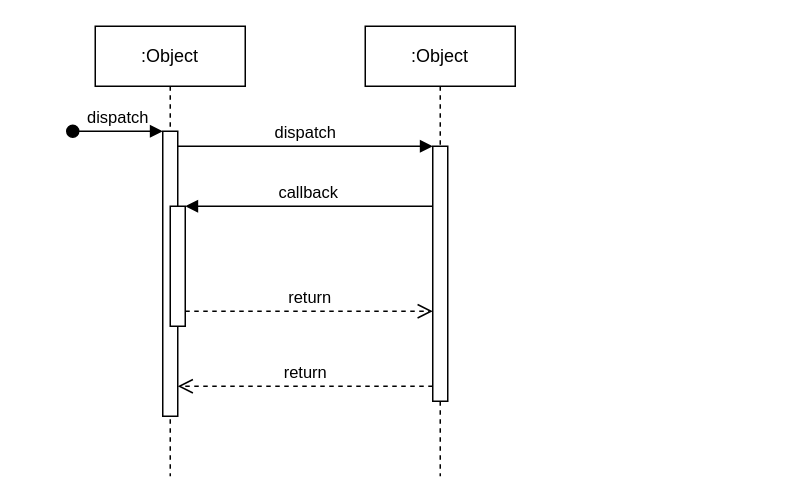
The draw.io diagram Untitled Diagram.drawio in singhvedant/DrAppointApp, before the edit. Source tidied: cells renumbered, new cells numbered last; positions are measured from the earlier drawing's top-left corner, leaving out a move shared by most shapes. Both pictures are drawn from the tidied source at 150%, with x=0, y=0 at pixel (72, 26).
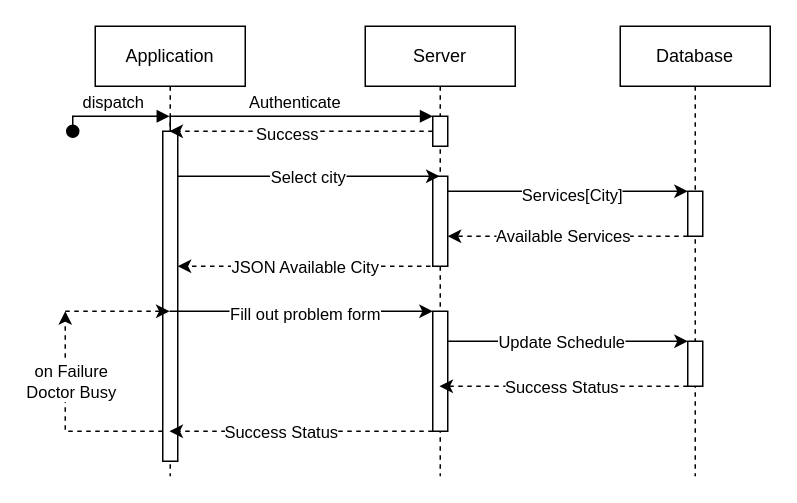
After the change.

Commit message:
Update flow diagram

The edit, as a diff of the source:
```diff
@@
-    <mxCell id="2" value=":Object" style="shape=umlLifeline;perimeter=lifelinePerimeter;whiteSpace=wrap;html=1;outlineConnect=0;portConstraint=eastwest;newEdgeStyle={&quot;edgeStyle&quot;:&quot;elbowEdgeStyle&quot;,&quot;elbow&quot;:&quot;vertical&quot;,&quot;curved&quot;:0,&quot;rounded&quot;:0};" parent="1" vertex="1">
+    <mxCell id="2" value="Application" style="shape=umlLifeline;perimeter=lifelinePerimeter;whiteSpace=wrap;html=1;outlineConnect=0;portConstraint=eastwest;newEdgeStyle={&quot;edgeStyle&quot;:&quot;elbowEdgeStyle&quot;,&quot;elbow&quot;:&quot;vertical&quot;,&quot;curved&quot;:0,&quot;rounded&quot;:0};" parent="1" vertex="1">
       <mxGeometry x="15" width="100" height="300" as="geometry" />
     </mxCell>
+    <mxCell id="12" style="edgeStyle=elbowEdgeStyle;rounded=0;jettySize=auto;html=1;elbow=vertical;curved=0;dashed=1;" parent="2" edge="1" source="3" target="2">
+      <mxGeometry relative="1" as="geometry" />
+    </mxCell>
+    <mxCell id="13" style="edgeStyle=elbowEdgeStyle;rounded=0;jettySize=auto;html=1;elbow=vertical;curved=0;dashed=1;" parent="2" edge="1" source="3">
+      <mxGeometry relative="1" as="geometry">
+        <mxPoint x="-20" y="190" as="targetPoint" />
+        <Array as="points">
+          <mxPoint x="10" y="270" />
+          <mxPoint x="10" y="260" />
+          <mxPoint x="10" y="230" />
+          <mxPoint x="20" y="260" />
+        </Array>
+      </mxGeometry>
+    </mxCell>
+    <mxCell id="14" value="on Failure&lt;br&gt;Doctor Busy" style="edgeLabel;html=1;align=center;verticalAlign=middle;" parent="13" vertex="1">
+      <mxGeometry x="0.37" y="-3" relative="1" as="geometry" />
+    </mxCell>
     <mxCell id="3" style="html=1;points=[];perimeter=orthogonalPerimeter;outlineConnect=0;targetShapes=umlLifeline;portConstraint=eastwest;newEdgeStyle={&quot;edgeStyle&quot;:&quot;elbowEdgeStyle&quot;,&quot;elbow&quot;:&quot;vertical&quot;,&quot;curved&quot;:0,&quot;rounded&quot;:0};" parent="2" vertex="1">
-      <mxGeometry x="45" y="70" width="10" height="190" as="geometry" />
+      <mxGeometry x="45" y="70" width="10" height="220" as="geometry" />
     </mxCell>
-    <mxCell id="4" value="dispatch" style="html=1;verticalAlign=bottom;startArrow=oval;endArrow=block;startSize=8;edgeStyle=elbowEdgeStyle;elbow=vertical;curved=0;rounded=0;" parent="2" edge="1" target="3">
+    <mxCell id="4" value="dispatch" style="html=1;verticalAlign=bottom;startArrow=oval;endArrow=block;startSize=8;edgeStyle=elbowEdgeStyle;elbow=vertical;curved=0;rounded=0;" parent="2" edge="1" target="2">
       <mxGeometry relative="1" as="geometry">
         <mxPoint x="-15" y="70" as="sourcePoint" />
+        <Array as="points">
+          <mxPoint x="-10" y="60" />
+        </Array>
       </mxGeometry>
     </mxCell>
-    <mxCell id="5" style="html=1;points=[];perimeter=orthogonalPerimeter;outlineConnect=0;targetShapes=umlLifeline;portConstraint=eastwest;newEdgeStyle={&quot;edgeStyle&quot;:&quot;elbowEdgeStyle&quot;,&quot;elbow&quot;:&quot;vertical&quot;,&quot;curved&quot;:0,&quot;rounded&quot;:0};" parent="2" vertex="1">
-      <mxGeometry x="50" y="120" width="10" height="80" as="geometry" />
-    </mxCell>
+    <mxCell id="15" style="edgeStyle=elbowEdgeStyle;rounded=0;jettySize=auto;html=1;elbow=vertical;curved=0;dashed=1;" parent="1" edge="1" source="6" target="3">
+      <mxGeometry relative="1" as="geometry">
+        <Array as="points">
+          <mxPoint x="135" y="160" />
+        </Array>
+      </mxGeometry>
+    </mxCell>
+    <mxCell id="16" value="JSON Available City" style="edgeLabel;html=1;align=center;verticalAlign=middle;" parent="15" vertex="1">
+      <mxGeometry x="0.18" y="1" relative="1" as="geometry">
+        <mxPoint x="13" y="-1" as="offset" />
+      </mxGeometry>
+    </mxCell>
-    <mxCell id="6" value=":Object" style="shape=umlLifeline;perimeter=lifelinePerimeter;whiteSpace=wrap;html=1;outlineConnect=0;portConstraint=eastwest;newEdgeStyle={&quot;edgeStyle&quot;:&quot;elbowEdgeStyle&quot;,&quot;elbow&quot;:&quot;vertical&quot;,&quot;curved&quot;:0,&quot;rounded&quot;:0};" parent="1" vertex="1">
+    <mxCell id="6" value="Server" style="shape=umlLifeline;perimeter=lifelinePerimeter;whiteSpace=wrap;html=1;outlineConnect=0;portConstraint=eastwest;newEdgeStyle={&quot;edgeStyle&quot;:&quot;elbowEdgeStyle&quot;,&quot;elbow&quot;:&quot;vertical&quot;,&quot;curved&quot;:0,&quot;rounded&quot;:0};" parent="1" vertex="1">
       <mxGeometry x="195" width="100" height="300" as="geometry" />
     </mxCell>
     <mxCell id="7" style="html=1;points=[];perimeter=orthogonalPerimeter;outlineConnect=0;targetShapes=umlLifeline;portConstraint=eastwest;newEdgeStyle={&quot;edgeStyle&quot;:&quot;elbowEdgeStyle&quot;,&quot;elbow&quot;:&quot;vertical&quot;,&quot;curved&quot;:0,&quot;rounded&quot;:0};" parent="6" vertex="1">
-      <mxGeometry x="45" y="80" width="10" height="170" as="geometry" />
+      <mxGeometry x="45" y="60" width="10" height="20" as="geometry" />
     </mxCell>
+    <mxCell id="17" style="html=1;points=[];perimeter=orthogonalPerimeter;outlineConnect=0;targetShapes=umlLifeline;portConstraint=eastwest;newEdgeStyle={&quot;edgeStyle&quot;:&quot;elbowEdgeStyle&quot;,&quot;elbow&quot;:&quot;vertical&quot;,&quot;curved&quot;:0,&quot;rounded&quot;:0};" parent="6" vertex="1">
+      <mxGeometry x="45" y="100" width="10" height="60" as="geometry" />
+    </mxCell>
+    <mxCell id="18" style="html=1;points=[];perimeter=orthogonalPerimeter;outlineConnect=0;targetShapes=umlLifeline;portConstraint=eastwest;newEdgeStyle={&quot;edgeStyle&quot;:&quot;elbowEdgeStyle&quot;,&quot;elbow&quot;:&quot;vertical&quot;,&quot;curved&quot;:0,&quot;rounded&quot;:0};" parent="6" vertex="1">
+      <mxGeometry x="45" y="190" width="10" height="80" as="geometry" />
+    </mxCell>
-    <mxCell id="8" value="dispatch" style="html=1;verticalAlign=bottom;endArrow=block;edgeStyle=elbowEdgeStyle;elbow=vertical;curved=0;rounded=0;" parent="1" edge="1" source="3" target="7">
+    <mxCell id="8" value="Authenticate" style="html=1;verticalAlign=bottom;endArrow=block;edgeStyle=elbowEdgeStyle;elbow=vertical;curved=0;rounded=0;" parent="1" edge="1" source="3" target="7">
       <mxGeometry relative="1" as="geometry">
         <Array as="points">
-          <mxPoint x="155" y="80" />
+          <mxPoint x="105" y="60" />
+          <mxPoint x="155" y="70" />
         </Array>
       </mxGeometry>
     </mxCell>
-    <mxCell id="9" value="return" style="html=1;verticalAlign=bottom;endArrow=open;dashed=1;endSize=8;edgeStyle=elbowEdgeStyle;elbow=vertical;curved=0;rounded=0;" parent="1" edge="1" source="7" target="3">
-      <mxGeometry relative="1" as="geometry">
-        <Array as="points">
-          <mxPoint x="165" y="240" />
-        </Array>
-      </mxGeometry>
-    </mxCell>
-    <mxCell id="10" value="callback" style="html=1;verticalAlign=bottom;endArrow=block;edgeStyle=elbowEdgeStyle;elbow=vertical;curved=0;rounded=0;" parent="1" edge="1" source="7" target="5">
-      <mxGeometry relative="1" as="geometry">
-        <Array as="points">
-          <mxPoint x="165" y="120" />
-        </Array>
-      </mxGeometry>
-    </mxCell>
-    <mxCell id="11" value="return" style="html=1;verticalAlign=bottom;endArrow=open;dashed=1;endSize=8;edgeStyle=elbowEdgeStyle;elbow=vertical;curved=0;rounded=0;" parent="1" edge="1" source="5" target="7">
-      <mxGeometry relative="1" as="geometry">
-        <Array as="points">
-          <mxPoint x="155" y="190" />
-        </Array>
-      </mxGeometry>
-    </mxCell>
+    <mxCell id="19" value="Database" style="shape=umlLifeline;perimeter=lifelinePerimeter;whiteSpace=wrap;html=1;outlineConnect=0;portConstraint=eastwest;newEdgeStyle={&quot;edgeStyle&quot;:&quot;elbowEdgeStyle&quot;,&quot;elbow&quot;:&quot;vertical&quot;,&quot;curved&quot;:0,&quot;rounded&quot;:0};" parent="1" vertex="1">
+      <mxGeometry x="365" width="100" height="300" as="geometry" />
+    </mxCell>
+    <mxCell id="20" style="html=1;points=[];perimeter=orthogonalPerimeter;outlineConnect=0;targetShapes=umlLifeline;portConstraint=eastwest;newEdgeStyle={&quot;edgeStyle&quot;:&quot;elbowEdgeStyle&quot;,&quot;elbow&quot;:&quot;vertical&quot;,&quot;curved&quot;:0,&quot;rounded&quot;:0};" parent="19" vertex="1">
+      <mxGeometry x="45" y="110" width="10" height="30" as="geometry" />
+    </mxCell>
+    <mxCell id="21" style="edgeStyle=elbowEdgeStyle;rounded=0;jettySize=auto;html=1;elbow=vertical;curved=0;dashed=1;" parent="1" edge="1" source="7" target="2">
+      <mxGeometry relative="1" as="geometry" />
+    </mxCell>
+    <mxCell id="22" value="Success" style="edgeLabel;html=1;align=center;verticalAlign=middle;" parent="21" vertex="1">
+      <mxGeometry x="0.12" y="1" relative="1" as="geometry" />
+    </mxCell>
+    <mxCell id="23" style="edgeStyle=elbowEdgeStyle;rounded=0;jettySize=auto;html=1;elbow=vertical;curved=0;" parent="1" edge="1" source="3" target="6">
+      <mxGeometry relative="1" as="geometry">
+        <Array as="points">
+          <mxPoint x="145" y="100" />
+        </Array>
+      </mxGeometry>
+    </mxCell>
+    <mxCell id="24" value="Select city" style="edgeLabel;html=1;align=center;verticalAlign=middle;" parent="23" vertex="1">
+      <mxGeometry x="0.2" y="-2" relative="1" as="geometry">
+        <mxPoint x="-19" y="-2" as="offset" />
+      </mxGeometry>
+    </mxCell>
+    <mxCell id="25" style="edgeStyle=elbowEdgeStyle;rounded=0;jettySize=auto;html=1;elbow=vertical;curved=0;" parent="1" edge="1" source="17" target="20">
+      <mxGeometry relative="1" as="geometry">
+        <Array as="points">
+          <mxPoint x="308" y="110" />
+        </Array>
+      </mxGeometry>
+    </mxCell>
+    <mxCell id="26" value="Services[City]" style="edgeLabel;html=1;align=center;verticalAlign=middle;" parent="25" vertex="1">
+      <mxGeometry x="0.03" y="-2" relative="1" as="geometry" />
+    </mxCell>
+    <mxCell id="27" style="edgeStyle=elbowEdgeStyle;rounded=0;jettySize=auto;html=1;elbow=vertical;curved=0;dashed=1;" parent="1" edge="1" source="20" target="17">
+      <mxGeometry relative="1" as="geometry">
+        <Array as="points">
+          <mxPoint x="385" y="140" />
+          <mxPoint x="355" y="130" />
+        </Array>
+      </mxGeometry>
+    </mxCell>
+    <mxCell id="28" value="Available Services" style="edgeLabel;html=1;align=center;verticalAlign=middle;" parent="27" vertex="1">
+      <mxGeometry x="0.05" y="-1" relative="1" as="geometry" />
+    </mxCell>
+    <mxCell id="29" style="edgeStyle=elbowEdgeStyle;rounded=0;jettySize=auto;html=1;elbow=vertical;curved=0;" parent="1" edge="1" source="2" target="18">
+      <mxGeometry relative="1" as="geometry">
+        <Array as="points">
+          <mxPoint x="175" y="190" />
+        </Array>
+      </mxGeometry>
+    </mxCell>
+    <mxCell id="30" value="Fill out problem form" style="edgeLabel;html=1;align=center;verticalAlign=middle;" parent="29" vertex="1">
+      <mxGeometry x="0.02" y="-1" relative="1" as="geometry" />
+    </mxCell>
+    <mxCell id="31" style="edgeStyle=elbowEdgeStyle;rounded=0;jettySize=auto;html=1;elbow=vertical;curved=0;startArrow=none;" parent="1" edge="1" source="34" target="19">
+      <mxGeometry relative="1" as="geometry" />
+    </mxCell>
+    <mxCell id="32" style="edgeStyle=elbowEdgeStyle;rounded=0;jettySize=auto;html=1;elbow=vertical;curved=0;dashed=1;" parent="1" edge="1" source="34" target="6">
+      <mxGeometry relative="1" as="geometry">
+        <Array as="points">
+          <mxPoint x="353" y="240" />
+        </Array>
+      </mxGeometry>
+    </mxCell>
+    <mxCell id="33" value="Success Status" style="edgeLabel;html=1;align=center;verticalAlign=middle;" parent="32" vertex="1">
+      <mxGeometry x="0.22" relative="1" as="geometry">
+        <mxPoint x="16" as="offset" />
+      </mxGeometry>
+    </mxCell>
+    <mxCell id="34" style="html=1;points=[];perimeter=orthogonalPerimeter;outlineConnect=0;targetShapes=umlLifeline;portConstraint=eastwest;newEdgeStyle={&quot;edgeStyle&quot;:&quot;elbowEdgeStyle&quot;,&quot;elbow&quot;:&quot;vertical&quot;,&quot;curved&quot;:0,&quot;rounded&quot;:0};" parent="1" vertex="1">
+      <mxGeometry x="410" y="210" width="10" height="30" as="geometry" />
+    </mxCell>
+    <mxCell id="35" style="edgeStyle=elbowEdgeStyle;rounded=0;jettySize=auto;html=1;elbow=vertical;curved=0;" parent="1" edge="1" source="18" target="34">
+      <mxGeometry relative="1" as="geometry">
+        <Array as="points">
+          <mxPoint x="335" y="210" />
+        </Array>
+      </mxGeometry>
+    </mxCell>
+    <mxCell id="36" value="Update Schedule" style="edgeLabel;html=1;align=center;verticalAlign=middle;" parent="35" vertex="1">
+      <mxGeometry x="-0.31" y="-3" relative="1" as="geometry">
+        <mxPoint x="20" y="-3" as="offset" />
+      </mxGeometry>
+    </mxCell>
+    <mxCell id="37" style="edgeStyle=elbowEdgeStyle;rounded=0;jettySize=auto;html=1;elbow=vertical;curved=0;dashed=1;" parent="1" edge="1" source="18" target="2">
+      <mxGeometry relative="1" as="geometry">
+        <Array as="points">
+          <mxPoint x="175" y="270" />
+        </Array>
+      </mxGeometry>
+    </mxCell>
+    <mxCell id="38" value="Success Status" style="edgeLabel;html=1;align=center;verticalAlign=middle;" parent="37" vertex="1">
+      <mxGeometry x="0.16" y="1" relative="1" as="geometry">
+        <mxPoint y="-1" as="offset" />
+      </mxGeometry>
+    </mxCell>
+    <mxCell id="39" style="endArrow=classic;html=1;rounded=0;dashed=1;" parent="1" edge="1" target="2">
+      <mxGeometry relative="1" as="geometry">
+        <mxPoint x="-5" y="190" as="sourcePoint" />
+      </mxGeometry>
+    </mxCell>
```
